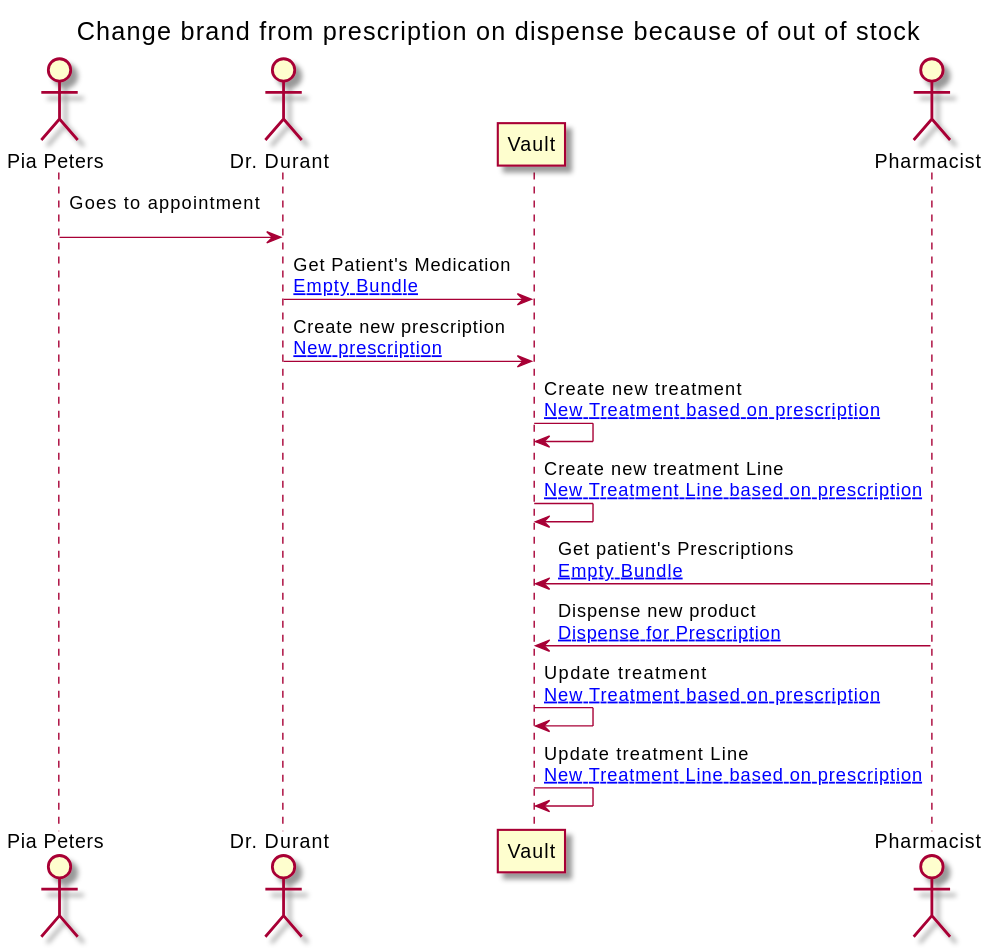
This is branches/master/ExampleScenario-example-5-scenario.svg from costateixeira/hl7-be-fhir-medication, a PlantUML export, as it was before one commit.
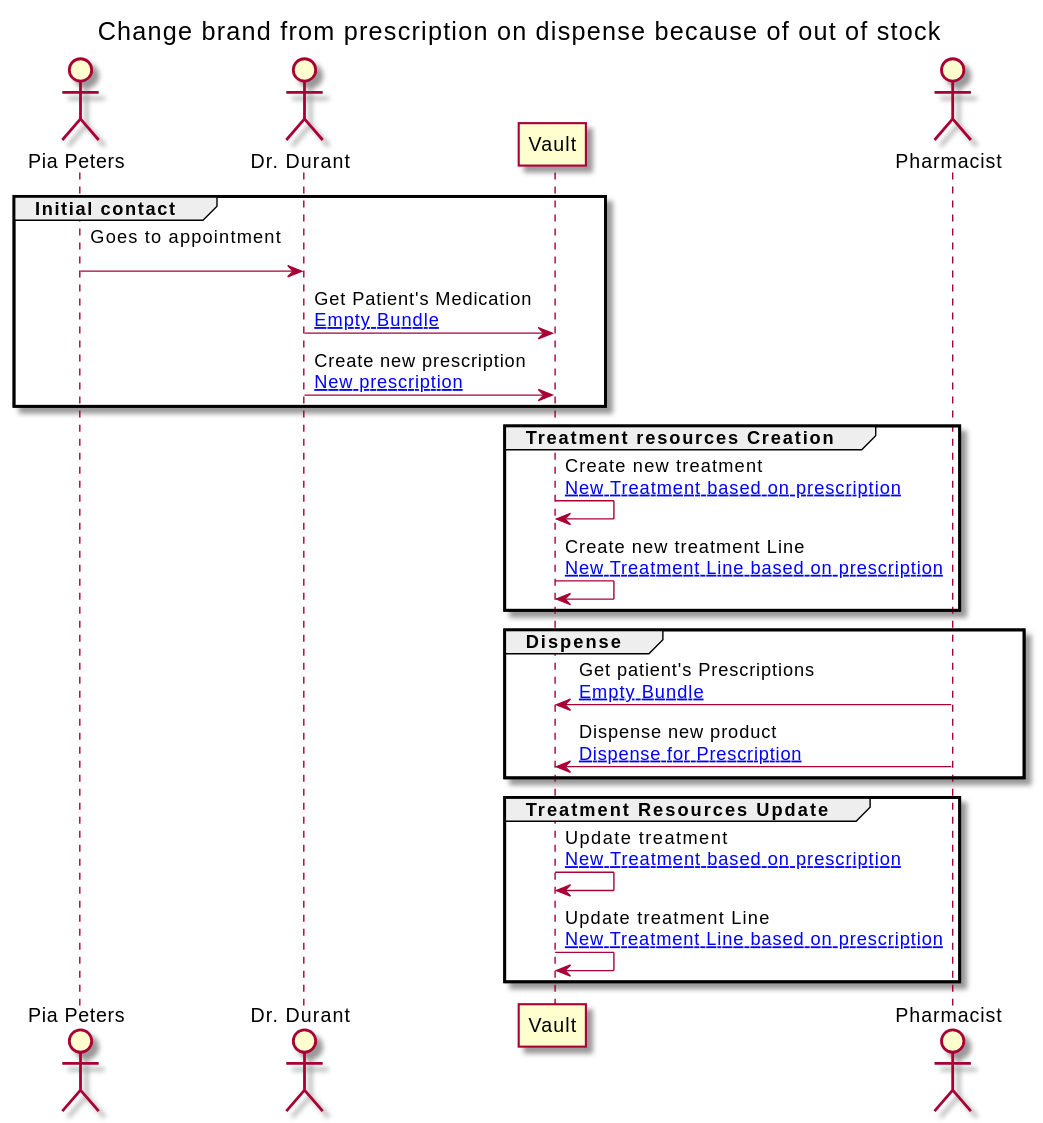
Above is the later version.

Diff of the diagram source:
```diff
@@ -13,23 +13,30 @@
 
 
 
+group Initial contact
+
 PATIENT -> GP : Goes to appointment\n
+GP -> VAULT : Get Patient's Medication\n[[ExampleScenario-example-5-scenario-resources.html#EB Empty Bundle]]
+GP -> VAULT : Create new prescription\n[[ExampleScenario-example-5-scenario-resources.html#5-prescription New prescription]]
+end
 
-GP -> VAULT : Get Patient's Medication\n[[ExampleScenario-example-5-scenario-resources.html#EB Empty Bundle]]
-
-GP -> VAULT : Create new prescription\n[[ExampleScenario-example-5-scenario-resources.html#5-prescription New prescription]]
+group Treatment resources Creation
 
 VAULT -> VAULT : Create new treatment\n[[ExampleScenario-example-5-scenario-resources.html#5-treatment New Treatment based on prescription]]
+VAULT -> VAULT : Create new treatment Line\n[[ExampleScenario-example-5-scenario-resources.html#5-treatmentLine New Treatment Line based on prescription]]
+end
 
-VAULT -> VAULT : Create new treatment Line\n[[ExampleScenario-example-5-scenario-resources.html#5-treatmentLine New Treatment Line based on prescription]]
+group Dispense
 
 PHARM -> VAULT : Get patient's Prescriptions\n[[ExampleScenario-example-5-scenario-resources.html#EB Empty Bundle]]
+PHARM -> VAULT : Dispense new product\n[[ExampleScenario-example-5-scenario-resources.html#5-dispense Dispense for Prescription]]
+end
 
-PHARM -> VAULT : Dispense new product\n[[ExampleScenario-example-5-scenario-resources.html#5-dispense Dispense for Prescription]]
+group Treatment Resources Update
 
 VAULT -> VAULT : Update treatment\n[[ExampleScenario-example-5-scenario-resources.html#5-treatment New Treatment based on prescription]]
-
 VAULT -> VAULT : Update treatment Line\n[[ExampleScenario-example-5-scenario-resources.html#5-treatmentLine New Treatment Line based on prescription]]
+end
 
 
 @enduml
```
